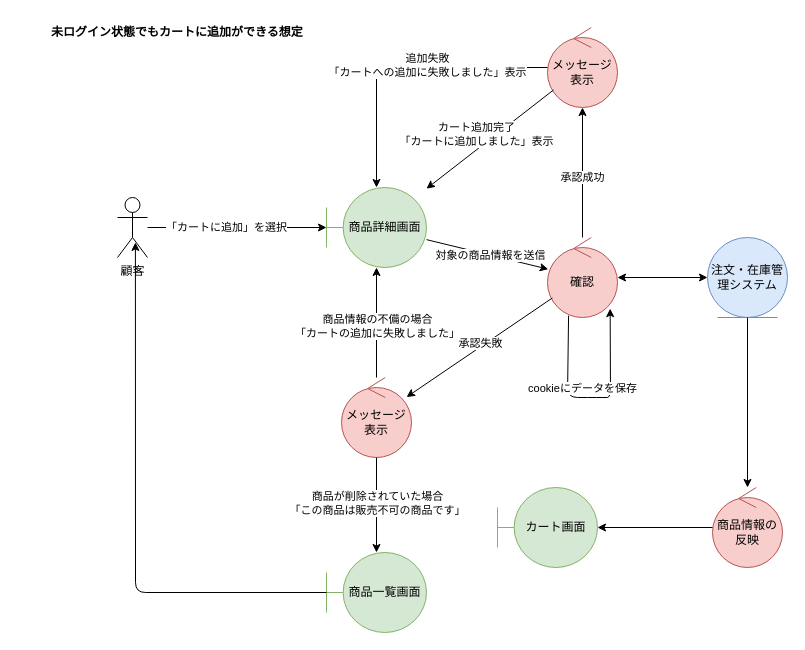
Earlier version of the draw.io diagram BB/analysis_cart.drawio (FujikawaHirono0520/group3_1_dogdog). Source tidied: cells renumbered, new cells numbered last; positions are measured from the earlier drawing's top-left corner, leaving out a move shared by most shapes. Both pictures are drawn from the tidied source at 100%, with x=0, y=0 at pixel (17, 17).
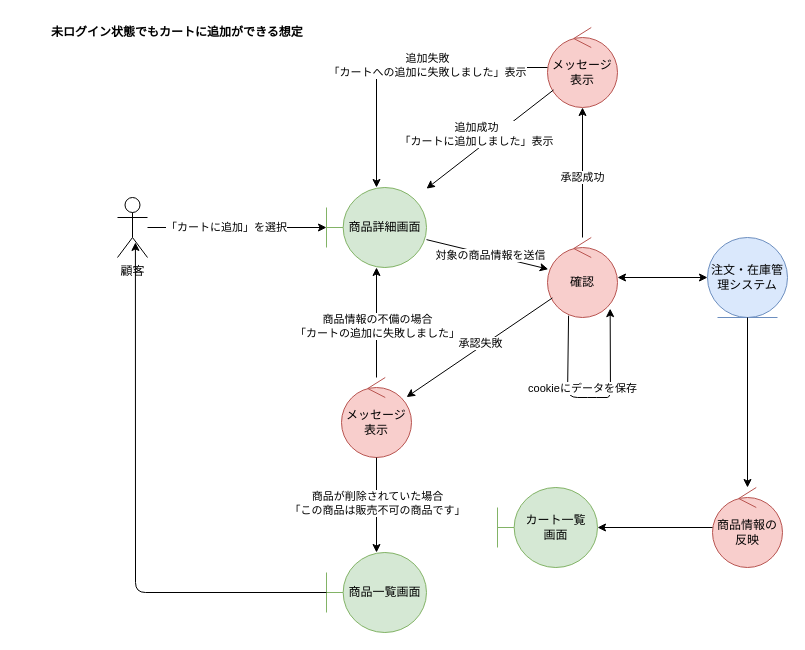
After the change.

The change refers to these unchanged cells:
```xml
<mxCell id="15" style="endArrow=classic;html=1;" parent="1" edge="1" source="12" target="3">
  <mxGeometry relative="1" as="geometry" />
</mxCell>
```

The edit, as a diff of the source:
```diff
@@
-    <mxCell id="16" value="&lt;div&gt;カート追加完了&lt;/div&gt;「カートに追加しました」表示" style="edgeLabel;html=1;align=center;verticalAlign=middle;" parent="15" vertex="1">
+    <mxCell id="16" value="&lt;div&gt;追加成功&lt;/div&gt;「カートに追加しました」表示" style="edgeLabel;html=1;align=center;verticalAlign=middle;" parent="15" vertex="1">
       <mxGeometry x="-0.13" y="2" relative="1" as="geometry">
         <mxPoint x="-23" as="offset" />
       </mxGeometry>
     </mxCell>
@@
-    <mxCell id="19" value="カート画面" style="shape=umlBoundary;whiteSpace=wrap;html=1;fillColor=#d5e8d4;strokeColor=#82b366;" parent="1" vertex="1">
+    <mxCell id="19" value="カート一覧&lt;div&gt;画面&lt;/div&gt;" style="shape=umlBoundary;whiteSpace=wrap;html=1;fillColor=#d5e8d4;strokeColor=#82b366;" parent="1" vertex="1">
       <mxGeometry x="480" y="470" width="100" height="80" as="geometry" />
     </mxCell>
```
